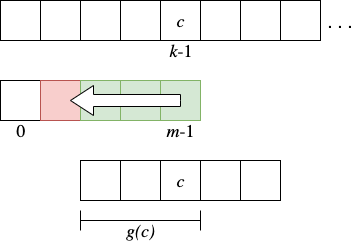
Earlier version of the draw.io export bmh1.png (ppoblete/AED). Source tidied: cells renumbered, new cells last; positions are measured from the earlier drawing's top-left corner, leaving out a move shared by most shapes.
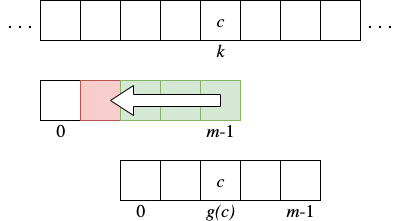
Later version of the same file.

Diff of the diagram source:
```diff
@@ -63,19 +63,25 @@
       <mxGeometry y="120" width="40" height="20" as="geometry" />
     </mxCell>
     <mxCell id="22" value="&lt;font face=&quot;cm&quot; style=&quot;font-size: 18px&quot;&gt;&lt;i&gt;m&lt;/i&gt;-1&lt;/font&gt;" style="text;html=1;strokeColor=none;fillColor=none;align=center;verticalAlign=middle;whiteSpace=wrap;rounded=0;" parent="1" vertex="1">
-      <mxGeometry x="160" y="120" width="40" height="20" as="geometry" />
+      <mxGeometry x="240" y="200" width="40" height="20" as="geometry" />
     </mxCell>
-    <mxCell id="23" value="&lt;font face=&quot;cm&quot; style=&quot;font-size: 18px&quot;&gt;&lt;i&gt;k&lt;/i&gt;-1&lt;/font&gt;" style="text;html=1;strokeColor=none;fillColor=none;align=center;verticalAlign=middle;whiteSpace=wrap;rounded=0;" parent="1" vertex="1">
+    <mxCell id="23" value="&lt;font face=&quot;cm&quot;&gt;&lt;span style=&quot;font-size: 18px&quot;&gt;&lt;i&gt;k&lt;/i&gt;&lt;/span&gt;&lt;/font&gt;" style="text;html=1;strokeColor=none;fillColor=none;align=center;verticalAlign=middle;whiteSpace=wrap;rounded=0;" parent="1" vertex="1">
       <mxGeometry x="160" y="40" width="40" height="20" as="geometry" />
     </mxCell>
-    <mxCell id="24" style="shape=crossbar;whiteSpace=wrap;html=1;rounded=1;" parent="1" vertex="1">
-      <mxGeometry x="80" y="210" width="120" height="20" as="geometry" />
-    </mxCell>
     <mxCell id="25" value="&lt;font style=&quot;font-size: 18px&quot; face=&quot;cm&quot;&gt;&lt;i&gt;g(c)&lt;/i&gt;&lt;/font&gt;" style="text;html=1;align=center;verticalAlign=middle;" parent="1" vertex="1">
-      <mxGeometry x="120" y="220" width="40" height="20" as="geometry" />
+      <mxGeometry x="160" y="200" width="40" height="20" as="geometry" />
     </mxCell>
     <mxCell id="26" style="html=1;shadow=0;dashed=0;align=center;verticalAlign=middle;shape=mxgraph.arrows2.arrow;dy=0.6;dx=23;flipH=1;notch=0;" parent="1" vertex="1">
       <mxGeometry x="70" y="85" width="110" height="30" as="geometry" />
     </mxCell>
+    <mxCell id="27" value="&lt;font face=&quot;cm&quot; style=&quot;font-size: 18px&quot;&gt;0&lt;/font&gt;" style="text;html=1;strokeColor=none;fillColor=none;align=center;verticalAlign=middle;whiteSpace=wrap;rounded=0;" parent="1" vertex="1">
+      <mxGeometry x="80" y="200" width="40" height="20" as="geometry" />
+    </mxCell>
+    <mxCell id="28" value="&lt;font face=&quot;cm&quot; style=&quot;font-size: 18px&quot;&gt;&lt;i&gt;m&lt;/i&gt;-1&lt;/font&gt;" style="text;html=1;strokeColor=none;fillColor=none;align=center;verticalAlign=middle;whiteSpace=wrap;rounded=0;" parent="1" vertex="1">
+      <mxGeometry x="160" y="120" width="40" height="20" as="geometry" />
+    </mxCell>
+    <mxCell id="29" value="&lt;font style=&quot;font-size: 18px&quot;&gt;. . .&lt;/font&gt;" style="text;html=1;strokeColor=none;fillColor=none;align=center;verticalAlign=middle;whiteSpace=wrap;rounded=0;" parent="1" vertex="1">
+      <mxGeometry x="-40" y="10" width="40" height="20" as="geometry" />
+    </mxCell>
   </root>
 </mxGraphModel>
```
